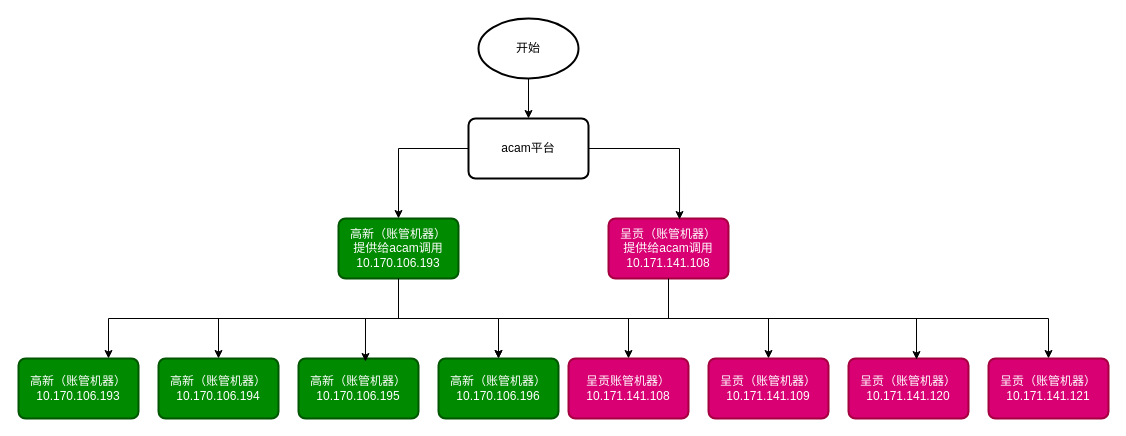
Before: test.drawio in 315944211/doc, a draw.io diagram. Source tidied: cells renumbered, new cells numbered last; positions are measured from the earlier drawing's top-left corner, leaving out a move shared by most shapes. Both pictures are drawn from the tidied source at 100%, with x=0, y=0 at pixel (18, 18).
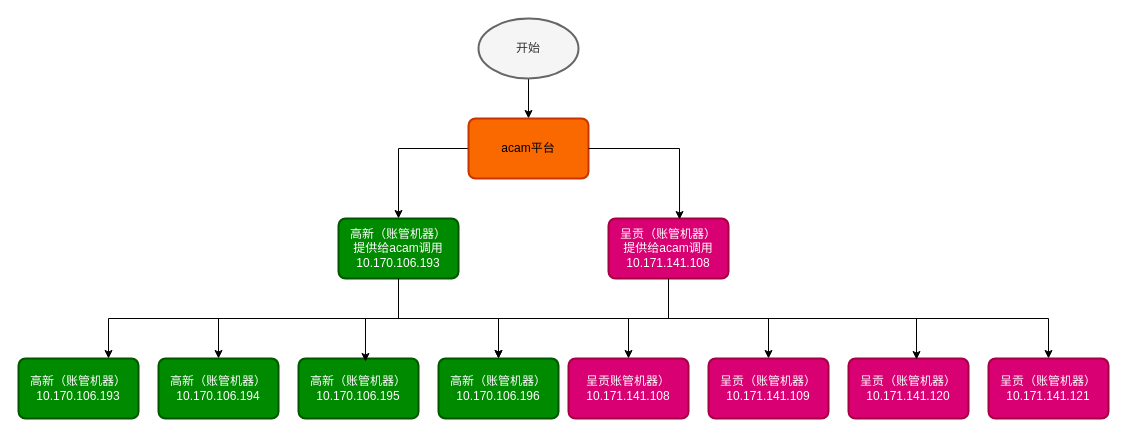
The same page after the edit.

Diff of the diagram source:
```diff
@@
-    <mxCell id="3" value="开始" style="strokeWidth=2;html=1;shape=mxgraph.flowchart.start_1;whiteSpace=wrap;" parent="1" vertex="1">
+    <mxCell id="3" value="开始" style="strokeWidth=2;html=1;shape=mxgraph.flowchart.start_1;whiteSpace=wrap;fillColor=#f5f5f5;fontColor=#333333;strokeColor=#666666;" parent="1" vertex="1">
       <mxGeometry x="460" width="100" height="60" as="geometry" />
     </mxCell>
@@
-    <mxCell id="5" value="acam平台" style="rounded=1;whiteSpace=wrap;html=1;absoluteArcSize=1;arcSize=14;strokeWidth=2;" parent="1" vertex="1">
+    <mxCell id="5" value="acam平台" style="rounded=1;whiteSpace=wrap;html=1;absoluteArcSize=1;arcSize=14;strokeWidth=2;fillColor=#fa6800;fontColor=#000000;strokeColor=#C73500;" parent="1" vertex="1">
       <mxGeometry x="450" y="100" width="120" height="60" as="geometry" />
     </mxCell>
```
